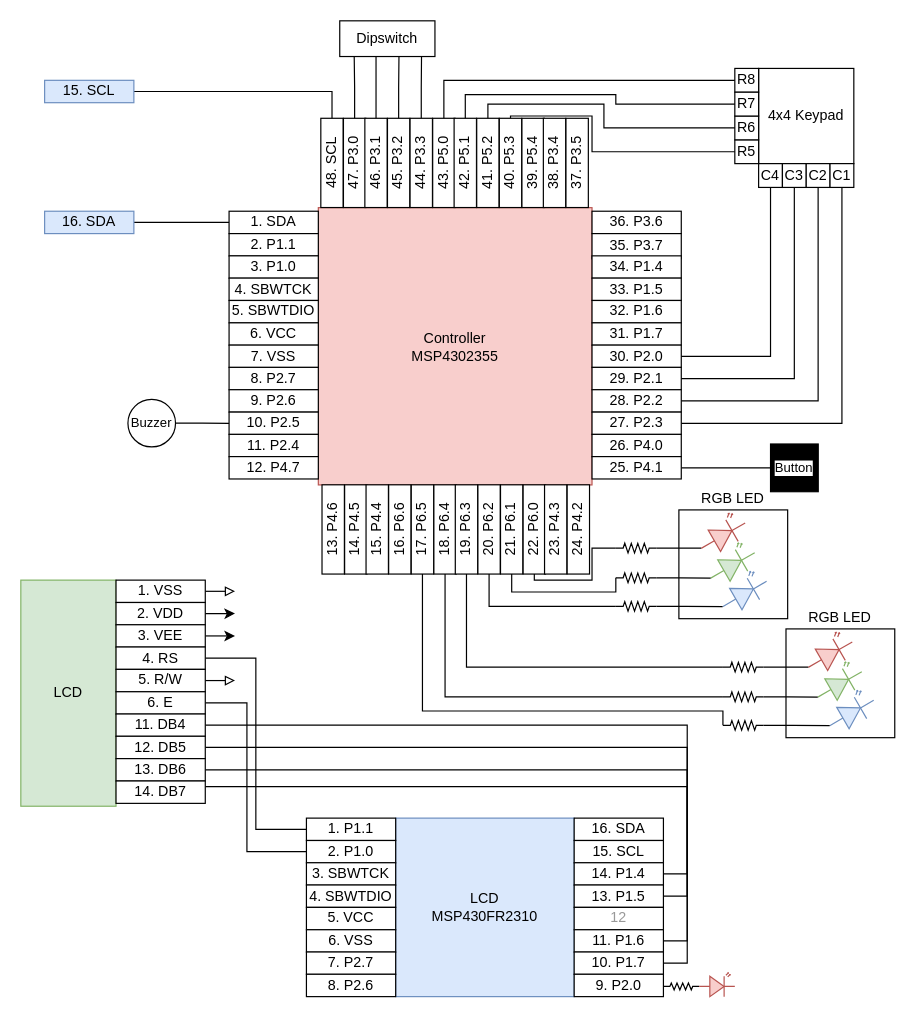
Above: page "circuit_diagram" (3 of 3) of docs/assets/final_project_concept.drawio in msu-eele-465/final-project-rlm2002 (draw.io), before the change. Source tidied: cells renumbered, new cells numbered last; positions are measured from the earlier drawing's top-left corner, leaving out a move shared by most shapes. Both pictures are drawn from the tidied source at 119%, with x=0, y=0 at pixel (20, 20).
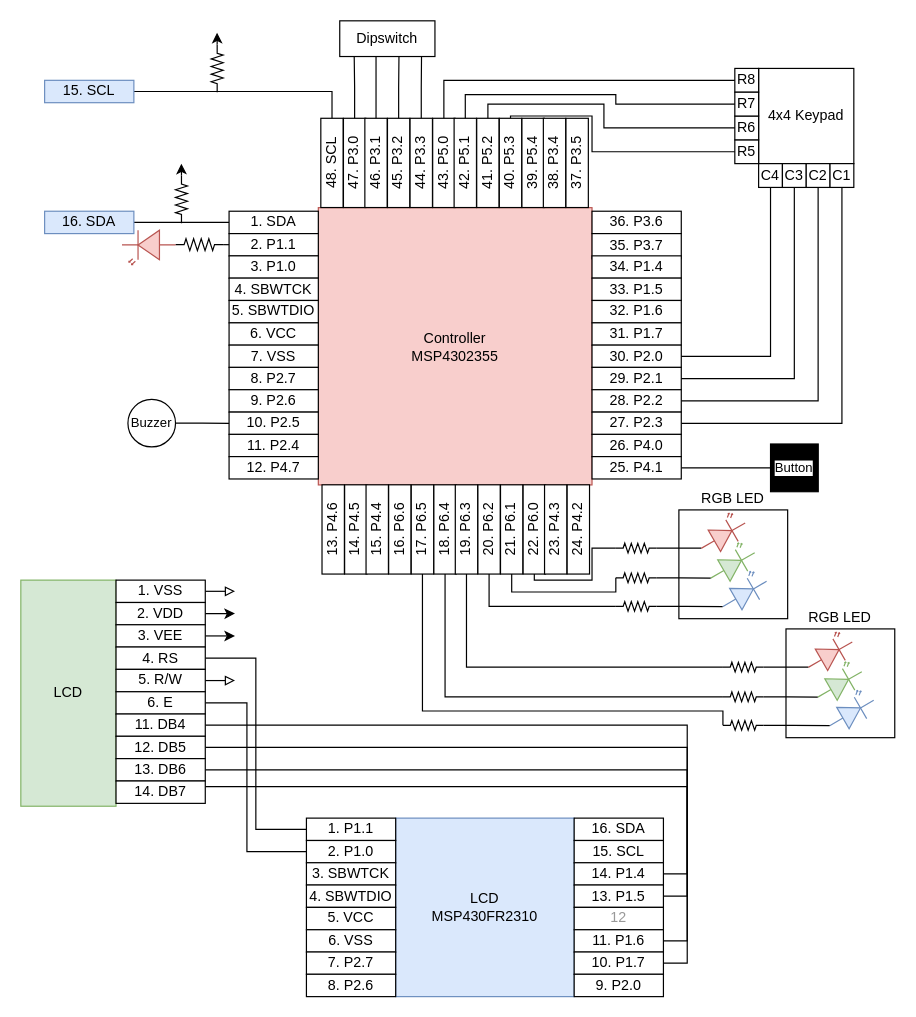
The same page after the edit.

The change refers to these unchanged cells:
```xml
<mxCell id="47" value="2. P1.1" style="rounded=0;whiteSpace=wrap;html=1;" parent="1" vertex="1">
  <mxGeometry x="175" y="178.8" width="75" height="18.8" as="geometry" />
</mxCell>
```

The edit, as a diff of the source:
```diff
@@
-    <mxCell id="42" style="group;" parent="1" vertex="1">
-      <mxGeometry x="540" y="800" width="60" height="20" as="geometry" />
-    </mxCell>
-    <mxCell id="43" style="verticalLabelPosition=bottom;shadow=0;dashed=0;align=center;html=1;verticalAlign=top;shape=mxgraph.electrical.resistors.resistor_2;fontFamily=Helvetica;fontSize=11;fontColor=default;labelBackgroundColor=default;" parent="42" vertex="1">
-      <mxGeometry y="8.6" width="30" height="5.7" as="geometry" />
-    </mxCell>
-    <mxCell id="44" style="verticalLabelPosition=bottom;shadow=0;dashed=0;align=center;html=1;verticalAlign=top;shape=mxgraph.electrical.opto_electronics.led_2;fontFamily=Helvetica;fontSize=11;labelBackgroundColor=default;fillColor=#f8cecc;strokeColor=#b85450;" parent="42" vertex="1">
-      <mxGeometry x="30" width="30" height="20" as="geometry" />
-    </mxCell>
@@
+    <mxCell id="154" style="edgeStyle=orthogonalEdgeStyle;shape=connector;rounded=0;jumpStyle=arc;jettySize=auto;html=1;exitX=0;exitY=0.5;exitDx=0;exitDy=0;exitPerimeter=0;strokeColor=default;align=center;verticalAlign=middle;fontFamily=Helvetica;fontSize=11;fontColor=default;labelBackgroundColor=default;startFill=0;endArrow=classic;endFill=1;" parent="1" edge="1" source="155">
+      <mxGeometry relative="1" as="geometry">
+        <mxPoint x="164.9" y="10" as="targetPoint" />
+      </mxGeometry>
+    </mxCell>
+    <mxCell id="155" style="verticalLabelPosition=bottom;shadow=0;dashed=0;align=center;html=1;verticalAlign=top;shape=mxgraph.electrical.resistors.resistor_2;fontFamily=Helvetica;fontSize=11;fontColor=default;labelBackgroundColor=default;direction=south;" parent="1" vertex="1">
+      <mxGeometry x="160" y="20" width="10" height="40" as="geometry" />
+    </mxCell>
+    <mxCell id="156" style="edgeStyle=orthogonalEdgeStyle;shape=connector;rounded=0;jumpStyle=arc;jettySize=auto;html=1;exitX=0;exitY=0.5;exitDx=0;exitDy=0;exitPerimeter=0;strokeColor=default;align=center;verticalAlign=middle;fontFamily=Helvetica;fontSize=11;fontColor=default;labelBackgroundColor=default;startFill=0;endArrow=classic;endFill=1;" parent="1" edge="1" source="157">
+      <mxGeometry relative="1" as="geometry">
+        <mxPoint x="134.9" y="120" as="targetPoint" />
+      </mxGeometry>
+    </mxCell>
+    <mxCell id="157" style="verticalLabelPosition=bottom;shadow=0;dashed=0;align=center;html=1;verticalAlign=top;shape=mxgraph.electrical.resistors.resistor_2;fontFamily=Helvetica;fontSize=11;fontColor=default;labelBackgroundColor=default;direction=south;" parent="1" vertex="1">
+      <mxGeometry x="130" y="130" width="10" height="40" as="geometry" />
+    </mxCell>
+    <mxCell id="158" style="edgeStyle=orthogonalEdgeStyle;shape=connector;rounded=0;jumpStyle=arc;jettySize=auto;html=1;exitX=1;exitY=0.5;exitDx=0;exitDy=0;exitPerimeter=0;entryX=0;entryY=0.5;entryDx=0;entryDy=0;strokeColor=default;align=center;verticalAlign=middle;fontFamily=Helvetica;fontSize=11;fontColor=default;labelBackgroundColor=default;startFill=0;endArrow=none;" parent="1" edge="1" source="159" target="47">
+      <mxGeometry relative="1" as="geometry" />
+    </mxCell>
+    <mxCell id="159" style="verticalLabelPosition=bottom;shadow=0;dashed=0;align=center;html=1;verticalAlign=top;shape=mxgraph.electrical.resistors.resistor_2;fontFamily=Helvetica;fontSize=11;fontColor=default;labelBackgroundColor=default;direction=south;rotation=-90;" parent="1" vertex="1">
+      <mxGeometry x="145" y="168.1" width="10" height="40" as="geometry" />
+    </mxCell>
+    <mxCell id="160" style="verticalLabelPosition=bottom;shadow=0;dashed=0;align=center;html=1;verticalAlign=top;shape=mxgraph.electrical.opto_electronics.led_2;fontFamily=Helvetica;fontSize=11;labelBackgroundColor=default;rotation=-180;fillColor=#f8cecc;strokeColor=#b85450;" parent="1" vertex="1">
+      <mxGeometry x="85" y="175.9" width="45" height="29" as="geometry" />
+    </mxCell>
```
